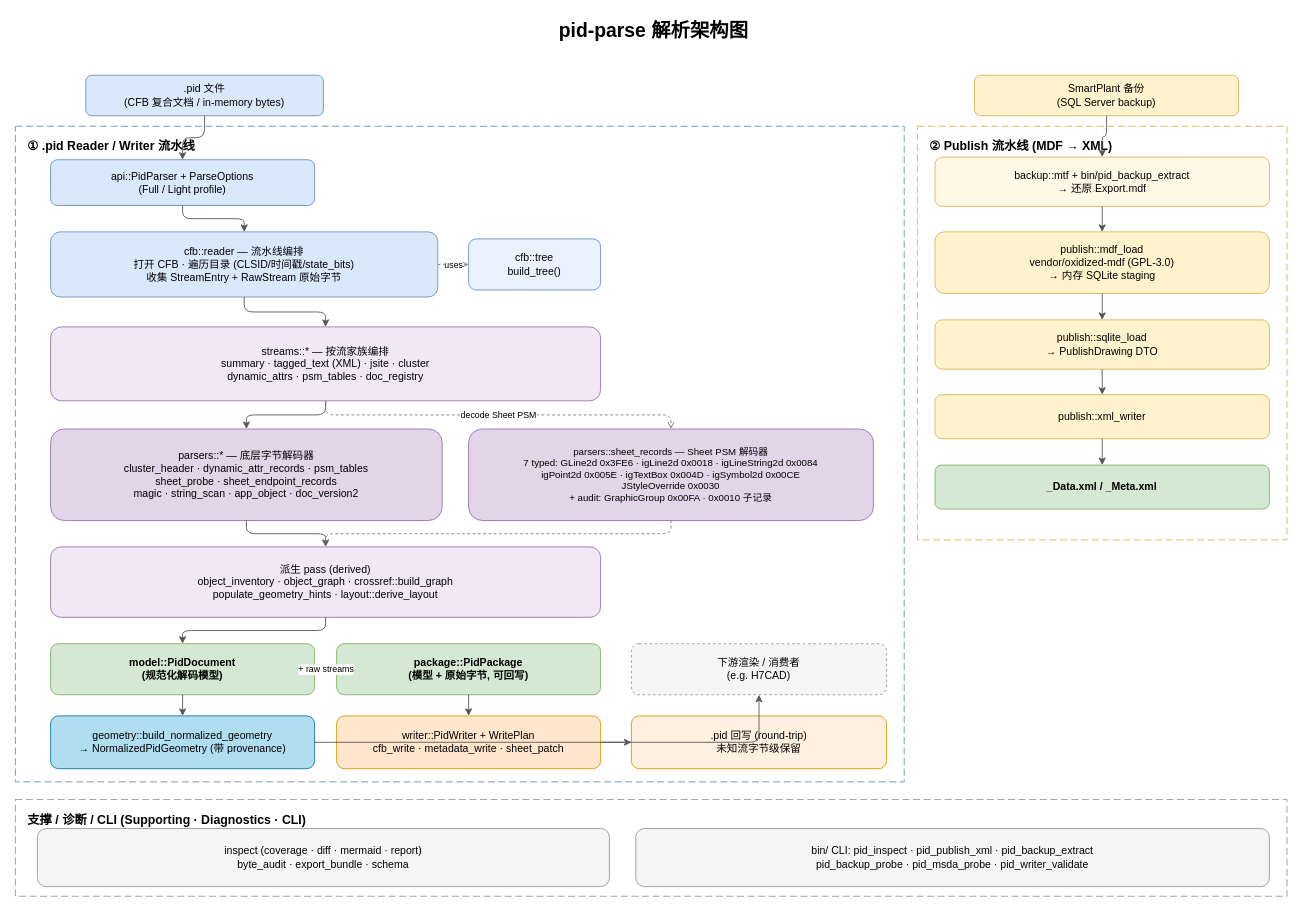
Before: docs/architecture/pid-parse-architecture.drawio in happyrust/pid-parse, a draw.io diagram. Source tidied: cells renumbered, new cells numbered last; positions are measured from the earlier drawing's top-left corner, leaving out a move shared by most shapes. Both pictures are drawn from the tidied source at 88%, with x=0, y=0 at pixel (15, 15).
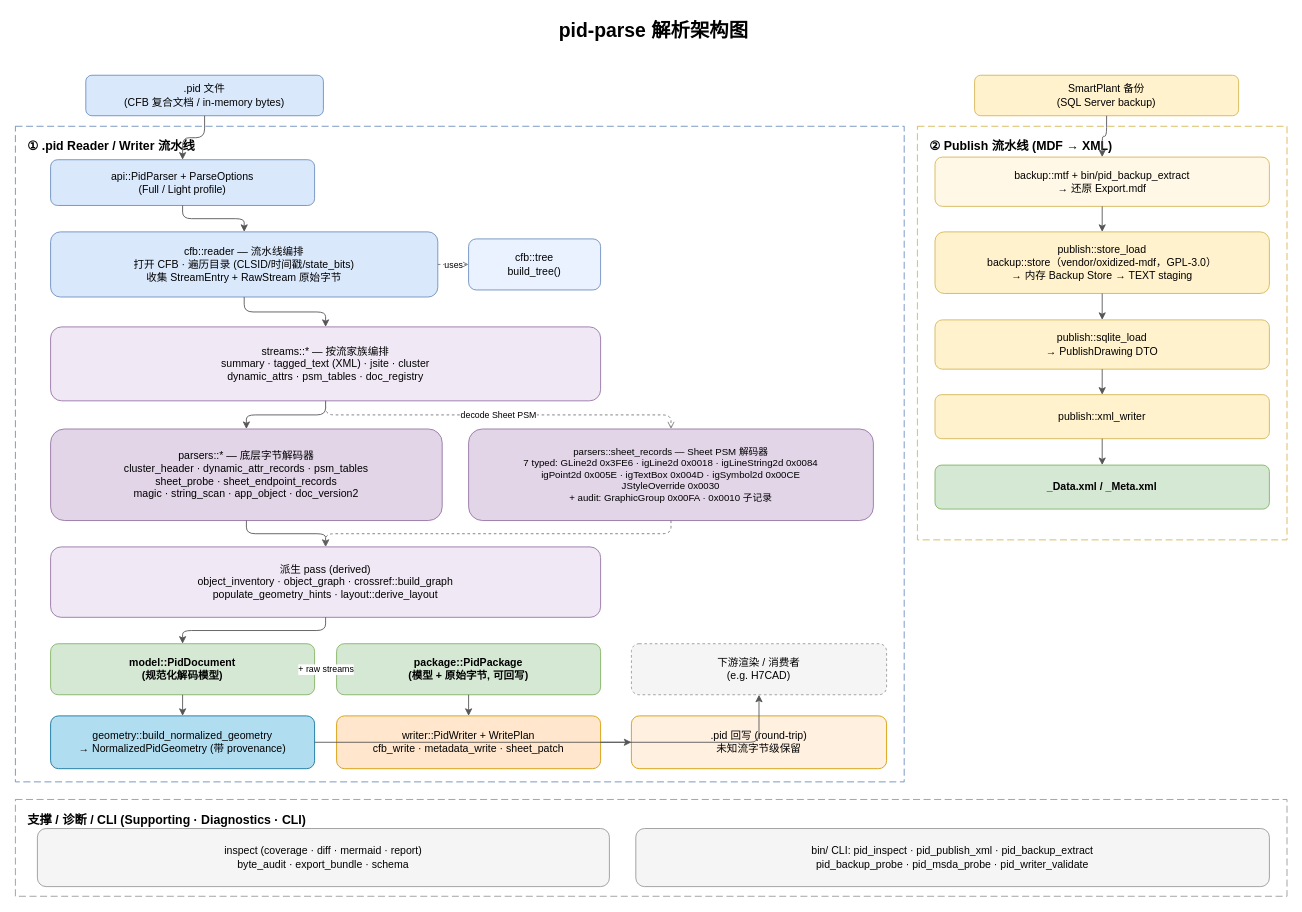
The same page after the edit.

What changed in the source:
```diff
@@
-    <mxCell id="22" value="publish::mdf_load&#10;vendor/oxidized-mdf (GPL-3.0)&#10;→ 内存 SQLite staging" style="rounded=1;whiteSpace=wrap;html=1;fontSize=12;fillColor=#fff2cc;strokeColor=#d6b656;" parent="1" vertex="1">
+    <mxCell id="22" value="publish::store_load&#10;backup::store（vendor/oxidized-mdf，GPL-3.0）&#10;→ 内存 Backup Store → TEXT staging" style="rounded=1;whiteSpace=wrap;html=1;fontSize=12;fillColor=#fff2cc;strokeColor=#d6b656;" parent="1" vertex="1">
       <mxGeometry x="1045" y="246" width="380" height="70" as="geometry" />
     </mxCell>
```
